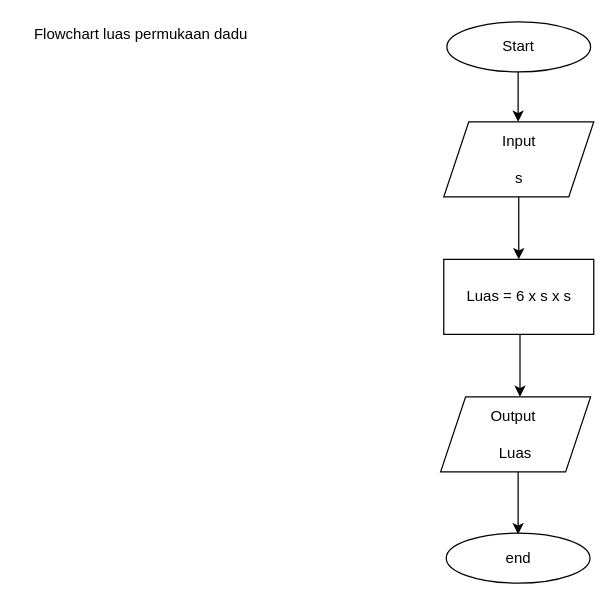
Earlier version of the draw.io diagram Luas Permukaan Dadu.drawio (aviantofan/fw5-algoritma). Source tidied: cells renumbered, new cells numbered last; positions are measured from the earlier drawing's top-left corner, leaving out a move shared by most shapes. Both pictures are drawn from the tidied source at 125%, with x=0, y=0 at pixel (21, 21).
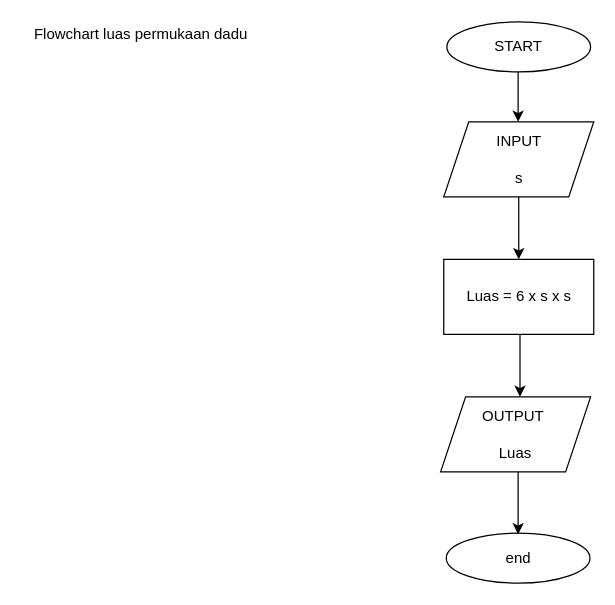
The same diagram, later.

Change to the diagram source:
```diff
@@
 <mxGraphModel>
   <root>
     <mxCell id="0" />
     <mxCell id="1" parent="0" />
-    <mxCell id="2" value="Start" style="ellipse;whiteSpace=wrap;html=1;" parent="1" vertex="1">
+    <mxCell id="2" value="START" style="ellipse;whiteSpace=wrap;html=1;" parent="1" vertex="1">
       <mxGeometry x="340" width="115" height="40" as="geometry" />
     </mxCell>
-    <mxCell id="3" value="Input&lt;br&gt;&lt;br&gt;s" style="shape=parallelogram;perimeter=parallelogramPerimeter;whiteSpace=wrap;html=1;fixedSize=1;" parent="1" vertex="1">
+    <mxCell id="3" value="INPUT&lt;br&gt;&lt;br&gt;s" style="shape=parallelogram;perimeter=parallelogramPerimeter;whiteSpace=wrap;html=1;fixedSize=1;" parent="1" vertex="1">
       <mxGeometry x="337.5" y="80" width="120" height="60" as="geometry" />
     </mxCell>
     <mxCell id="4" value="Luas = 6 x s x s" style="rounded=0;whiteSpace=wrap;html=1;" parent="1" vertex="1">
       <mxGeometry x="337.5" y="190" width="120" height="60" as="geometry" />
     </mxCell>
-    <mxCell id="5" value="Output&amp;nbsp;&lt;br&gt;&lt;br&gt;Luas" style="shape=parallelogram;perimeter=parallelogramPerimeter;whiteSpace=wrap;html=1;fixedSize=1;" parent="1" vertex="1">
+    <mxCell id="5" value="OUTPUT&amp;nbsp;&lt;br&gt;&lt;br&gt;Luas" style="shape=parallelogram;perimeter=parallelogramPerimeter;whiteSpace=wrap;html=1;fixedSize=1;" parent="1" vertex="1">
       <mxGeometry x="335" y="300" width="120" height="60" as="geometry" />
     </mxCell>
     <mxCell id="6" style="endArrow=classic;html=1;rounded=0;" parent="1" edge="1">
       <mxGeometry relative="1" as="geometry">
         <mxPoint x="397" y="40" as="sourcePoint" />
         <mxPoint x="397" y="80" as="targetPoint" />
       </mxGeometry>
     </mxCell>
     <mxCell id="7" style="endArrow=classic;html=1;rounded=0;exitX=0.5;exitY=1;exitDx=0;exitDy=0;entryX=0.5;entryY=0;entryDx=0;entryDy=0;" parent="1" edge="1" source="3" target="4">
       <mxGeometry relative="1" as="geometry" />
     </mxCell>
     <mxCell id="8" style="endArrow=classic;html=1;rounded=0;exitX=0.5;exitY=1;exitDx=0;exitDy=0;entryX=0.5;entryY=0;entryDx=0;entryDy=0;" parent="1" edge="1">
       <mxGeometry relative="1" as="geometry">
         <mxPoint x="398.5" y="250" as="sourcePoint" />
         <mxPoint x="398.5" y="300" as="targetPoint" />
       </mxGeometry>
     </mxCell>
     <mxCell id="9" value="end" style="ellipse;whiteSpace=wrap;html=1;" parent="1" vertex="1">
       <mxGeometry x="339.5" y="409" width="115" height="40" as="geometry" />
     </mxCell>
     <mxCell id="10" style="endArrow=classic;html=1;rounded=0;exitX=0.5;exitY=1;exitDx=0;exitDy=0;entryX=0.5;entryY=0;entryDx=0;entryDy=0;" parent="1" edge="1">
       <mxGeometry relative="1" as="geometry">
         <mxPoint x="397" y="360" as="sourcePoint" />
         <mxPoint x="397" y="410" as="targetPoint" />
       </mxGeometry>
     </mxCell>
     <mxCell id="11" value="Flowchart luas permukaan dadu" style="text;html=1;align=center;verticalAlign=middle;strokeColor=none;fillColor=none;" parent="1" vertex="1">
       <mxGeometry width="190" height="20" as="geometry" />
     </mxCell>
   </root>
 </mxGraphModel>
```
